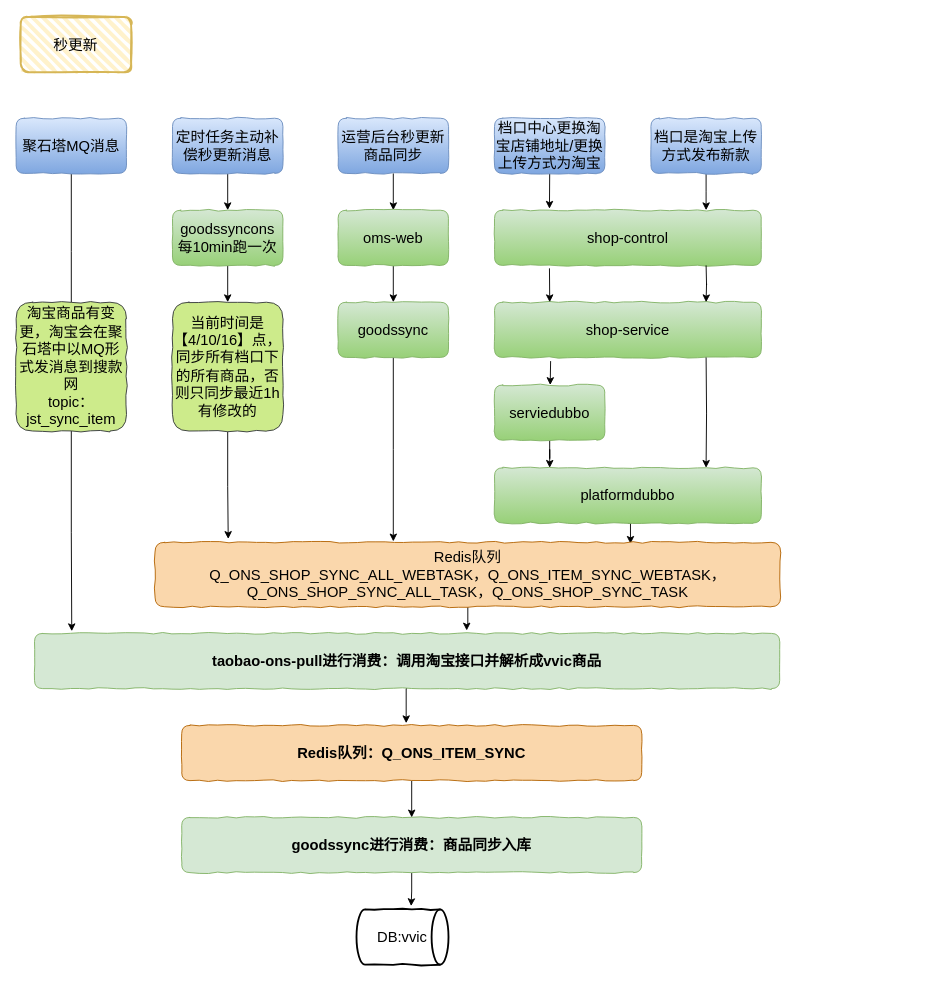
SiobhanZheng/test keeps this draw.io diagram as page "Page-1" (1 of 2) of Untitled Diagram.drawio. Above is the earlier version. Source tidied: cells renumbered, new cells numbered last; positions are measured from the earlier drawing's top-left corner, leaving out a move shared by most shapes. Both pictures are drawn from the tidied source at 92%, with x=0, y=0 at pixel (16, 17).
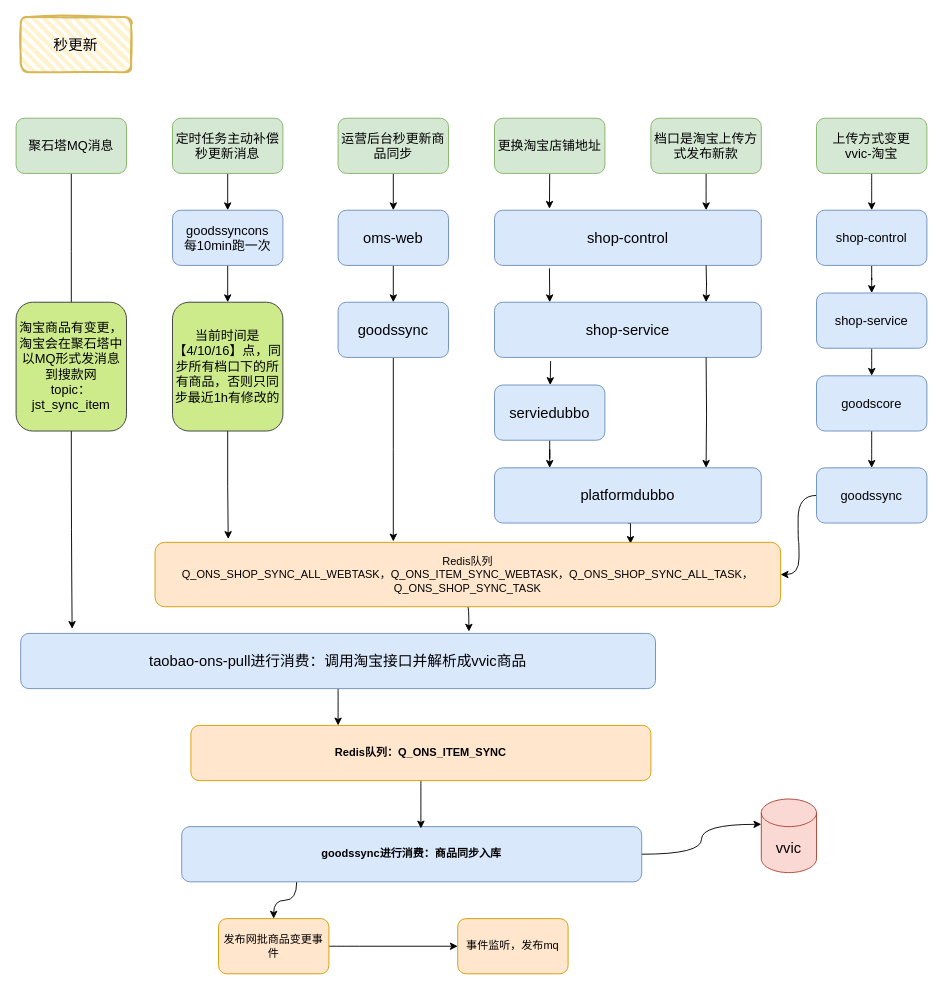
After the change.

Change to the diagram source:
```diff
@@
-    <mxCell id="4" value="聚石塔MQ消息" style="rounded=1;whiteSpace=wrap;html=1;shadow=0;comic=1;sketch=0;fontSize=16;strokeColor=#6c8ebf;fillColor=#dae8fc;gradientColor=#7ea6e0;" parent="1" vertex="1">
+    <mxCell id="4" value="聚石塔MQ消息" style="rounded=1;whiteSpace=wrap;html=1;shadow=0;comic=0;sketch=0;fontSize=14;strokeColor=#82b366;fillColor=#d5e8d4;" parent="1" vertex="1">
       <mxGeometry y="110" width="120" height="60" as="geometry" />
     </mxCell>
@@
-    <mxCell id="6" value="定时任务主动补偿秒更新消息" style="rounded=1;whiteSpace=wrap;html=1;shadow=0;comic=1;sketch=0;fontSize=16;strokeColor=#6c8ebf;fillColor=#dae8fc;gradientColor=#7ea6e0;" parent="1" vertex="1">
+    <mxCell id="6" value="定时任务主动补偿秒更新消息" style="rounded=1;whiteSpace=wrap;html=1;shadow=0;comic=0;sketch=0;fontSize=14;strokeColor=#82b366;fillColor=#d5e8d4;" parent="1" vertex="1">
       <mxGeometry x="170" y="110" width="120" height="60" as="geometry" />
     </mxCell>
@@
-    <mxCell id="8" value="运营后台秒更新商品同步" style="rounded=1;whiteSpace=wrap;html=1;shadow=0;comic=1;sketch=0;fontSize=16;strokeColor=#6c8ebf;fillColor=#dae8fc;gradientColor=#7ea6e0;" parent="1" vertex="1">
+    <mxCell id="8" value="运营后台秒更新商品同步" style="rounded=1;whiteSpace=wrap;html=1;shadow=0;comic=0;sketch=0;fontSize=14;strokeColor=#82b366;fillColor=#d5e8d4;" parent="1" vertex="1">
       <mxGeometry x="350" y="110" width="120" height="60" as="geometry" />
     </mxCell>
@@
-    <mxCell id="10" value="档口中心更换淘宝店铺地址/更换上传方式为淘宝" style="rounded=1;whiteSpace=wrap;html=1;shadow=0;comic=1;sketch=0;fontSize=16;strokeColor=#6c8ebf;fillColor=#dae8fc;gradientColor=#7ea6e0;" parent="1" vertex="1">
+    <mxCell id="10" value="更换淘宝店铺地址" style="rounded=1;whiteSpace=wrap;html=1;shadow=0;comic=0;sketch=0;fontSize=14;strokeColor=#82b366;fillColor=#d5e8d4;" parent="1" vertex="1">
       <mxGeometry x="520" y="110" width="120" height="60" as="geometry" />
     </mxCell>
@@
-    <mxCell id="12" value="档口是淘宝上传方式发布新款" style="rounded=1;whiteSpace=wrap;html=1;shadow=0;comic=1;sketch=0;fontSize=16;strokeColor=#6c8ebf;fillColor=#dae8fc;gradientColor=#7ea6e0;" parent="1" vertex="1">
+    <mxCell id="12" value="档口是淘宝上传方式发布新款" style="rounded=1;whiteSpace=wrap;html=1;shadow=0;comic=0;sketch=0;fontSize=14;strokeColor=#82b366;fillColor=#d5e8d4;" parent="1" vertex="1">
       <mxGeometry x="690" y="110" width="120" height="60" as="geometry" />
     </mxCell>
@@
-    <mxCell id="14" value="goodssyncons&lt;br&gt;每10min跑一次" style="rounded=1;whiteSpace=wrap;html=1;shadow=0;comic=1;sketch=0;fontSize=16;strokeColor=#82b366;fillColor=#d5e8d4;gradientColor=#97d077;" parent="1" vertex="1">
+    <mxCell id="14" value="goodssyncons&lt;br style=&quot;font-size: 14px;&quot;&gt;每10min跑一次" style="rounded=1;whiteSpace=wrap;html=1;shadow=0;comic=0;sketch=0;fontSize=14;strokeColor=#6c8ebf;fillColor=#dae8fc;" parent="1" vertex="1">
       <mxGeometry x="170" y="210" width="120" height="60" as="geometry" />
     </mxCell>
@@
-    <mxCell id="16" value="oms-web" style="rounded=1;whiteSpace=wrap;html=1;shadow=0;comic=1;sketch=0;fontSize=16;strokeColor=#82b366;fillColor=#d5e8d4;gradientColor=#97d077;" parent="1" vertex="1">
+    <mxCell id="16" value="oms-web" style="rounded=1;whiteSpace=wrap;html=1;shadow=0;comic=0;sketch=0;fontSize=16;strokeColor=#6c8ebf;fillColor=#dae8fc;" parent="1" vertex="1">
       <mxGeometry x="350" y="210" width="120" height="60" as="geometry" />
     </mxCell>
@@
-    <mxCell id="18" value="goodssync" style="rounded=1;whiteSpace=wrap;html=1;shadow=0;comic=1;sketch=0;fontSize=16;strokeColor=#82b366;fillColor=#d5e8d4;gradientColor=#97d077;" parent="1" vertex="1">
+    <mxCell id="18" value="goodssync" style="rounded=1;whiteSpace=wrap;html=1;shadow=0;comic=0;sketch=0;fontSize=16;strokeColor=#6c8ebf;fillColor=#dae8fc;" parent="1" vertex="1">
       <mxGeometry x="350" y="310" width="120" height="60" as="geometry" />
     </mxCell>
-    <mxCell id="19" value="shop-control" style="rounded=1;whiteSpace=wrap;html=1;shadow=0;comic=1;sketch=0;fontSize=16;strokeColor=#82b366;fillColor=#d5e8d4;gradientColor=#97d077;" parent="1" vertex="1">
+    <mxCell id="19" value="shop-control" style="rounded=1;whiteSpace=wrap;html=1;shadow=0;comic=0;sketch=0;fontSize=16;strokeColor=#6c8ebf;fillColor=#dae8fc;" parent="1" vertex="1">
       <mxGeometry x="520" y="210" width="290" height="60" as="geometry" />
     </mxCell>
-    <mxCell id="20" value="shop-service" style="rounded=1;whiteSpace=wrap;html=1;shadow=0;comic=1;sketch=0;fontSize=16;strokeColor=#82b366;fillColor=#d5e8d4;gradientColor=#97d077;" parent="1" vertex="1">
+    <mxCell id="20" value="shop-service" style="rounded=1;whiteSpace=wrap;html=1;shadow=0;comic=0;sketch=0;fontSize=16;strokeColor=#6c8ebf;fillColor=#dae8fc;" parent="1" vertex="1">
       <mxGeometry x="520" y="310" width="290" height="60" as="geometry" />
     </mxCell>
@@
-    <mxCell id="22" value="serviedubbo" style="rounded=1;whiteSpace=wrap;html=1;shadow=0;comic=1;sketch=0;fontSize=16;strokeColor=#82b366;fillColor=#d5e8d4;gradientColor=#97d077;" parent="1" vertex="1">
+    <mxCell id="22" value="serviedubbo" style="rounded=1;whiteSpace=wrap;html=1;shadow=0;comic=0;sketch=0;fontSize=16;strokeColor=#6c8ebf;fillColor=#dae8fc;" parent="1" vertex="1">
       <mxGeometry x="520" y="400" width="120" height="60" as="geometry" />
     </mxCell>
@@
-    <mxCell id="24" value="platformdubbo" style="rounded=1;whiteSpace=wrap;html=1;shadow=0;comic=1;sketch=0;fontSize=16;strokeColor=#82b366;fillColor=#d5e8d4;gradientColor=#97d077;" parent="1" vertex="1">
+    <mxCell id="24" value="platformdubbo" style="rounded=1;whiteSpace=wrap;html=1;shadow=0;comic=0;sketch=0;fontSize=16;strokeColor=#6c8ebf;fillColor=#dae8fc;" parent="1" vertex="1">
       <mxGeometry x="520" y="490" width="290" height="60" as="geometry" />
     </mxCell>
@@
-    <mxCell id="27" style="edgeStyle=orthogonalEdgeStyle;rounded=0;jettySize=auto;html=1;exitX=0.5;exitY=1;exitDx=0;exitDy=0;entryX=0.488;entryY=-0.04;entryDx=0;entryDy=0;entryPerimeter=0;fontSize=16;" parent="1" edge="1" source="28" target="34">
+    <mxCell id="27" style="edgeStyle=orthogonalEdgeStyle;curved=1;rounded=0;jettySize=auto;html=1;entryX=0.32;entryY=0;entryDx=0;entryDy=0;entryPerimeter=0;fontSize=12;" parent="1" edge="1" source="28" target="34">
       <mxGeometry relative="1" as="geometry" />
     </mxCell>
-    <mxCell id="28" value="&lt;b&gt;taobao-ons-pull进行消费：调用淘宝接口并解析成vvic商品&lt;/b&gt;" style="rounded=1;whiteSpace=wrap;html=1;shadow=0;comic=1;sketch=0;fontSize=16;strokeColor=#82b366;fillColor=#d5e8d4;" parent="1" vertex="1">
-      <mxGeometry x="20" y="670" width="810" height="60" as="geometry" />
+    <mxCell id="28" value="taobao-ons-pull进行消费：调用淘宝接口并解析成vvic商品" style="rounded=1;whiteSpace=wrap;html=1;shadow=0;comic=0;sketch=0;fontSize=16;strokeColor=#6c8ebf;fillColor=#dae8fc;" parent="1" vertex="1">
+      <mxGeometry x="5" y="670" width="690" height="60" as="geometry" />
     </mxCell>
-    <mxCell id="29" style="edgeStyle=orthogonalEdgeStyle;rounded=0;jettySize=auto;html=1;entryX=0.594;entryY=-0.06;entryDx=0;entryDy=0;entryPerimeter=0;fontSize=16;" parent="1" edge="1" source="30" target="37">
-      <mxGeometry relative="1" as="geometry" />
-    </mxCell>
+    <mxCell id="42" style="edgeStyle=orthogonalEdgeStyle;curved=1;rounded=0;jettySize=auto;html=1;entryX=0;entryY=0;entryDx=0;entryDy=27.5;entryPerimeter=0;" parent="1" edge="1" source="30" target="44">
+      <mxGeometry relative="1" as="geometry" />
+    </mxCell>
+    <mxCell id="43" style="edgeStyle=orthogonalEdgeStyle;curved=1;rounded=0;jettySize=auto;html=1;exitX=0.25;exitY=1;exitDx=0;exitDy=0;entryX=0.5;entryY=0;entryDx=0;entryDy=0;fontSize=16;" parent="1" edge="1" source="30" target="46">
+      <mxGeometry relative="1" as="geometry" />
+    </mxCell>
-    <mxCell id="30" value="&lt;b&gt;goodssync进行消费：商品同步入库&lt;/b&gt;" style="rounded=1;whiteSpace=wrap;html=1;shadow=0;comic=1;sketch=0;fontSize=16;strokeColor=#82b366;fillColor=#d5e8d4;" parent="1" vertex="1">
-      <mxGeometry x="180" y="870" width="500" height="60" as="geometry" />
+    <mxCell id="30" value="&lt;b style=&quot;font-size: 12px;&quot;&gt;goodssync进行消费：商品同步入库&lt;/b&gt;" style="rounded=1;whiteSpace=wrap;html=1;shadow=0;comic=0;sketch=0;fontSize=12;strokeColor=#6c8ebf;fillColor=#dae8fc;" parent="1" vertex="1">
+      <mxGeometry x="180" y="880" width="500" height="60" as="geometry" />
     </mxCell>
-    <mxCell id="31" style="edgeStyle=orthogonalEdgeStyle;rounded=0;jettySize=auto;html=1;entryX=0.58;entryY=-0.053;entryDx=0;entryDy=0;entryPerimeter=0;fontSize=16;" parent="1" edge="1" source="32" target="28">
+    <mxCell id="31" style="edgeStyle=orthogonalEdgeStyle;curved=1;rounded=0;jettySize=auto;html=1;exitX=0.5;exitY=1;exitDx=0;exitDy=0;entryX=0.706;entryY=-0.033;entryDx=0;entryDy=0;entryPerimeter=0;fontSize=12;" parent="1" edge="1" source="32" target="28">
       <mxGeometry relative="1" as="geometry" />
     </mxCell>
-    <mxCell id="32" value="Redis队列&lt;br&gt;Q_ONS_SHOP_SYNC_ALL_WEBTASK，Q_ONS_ITEM_SYNC_WEBTASK，Q_ONS_SHOP_SYNC_ALL_TASK，Q_ONS_SHOP_SYNC_TASK" style="rounded=1;whiteSpace=wrap;html=1;shadow=0;comic=1;sketch=0;fontSize=16;strokeColor=#b46504;fillColor=#fad7ac;" parent="1" vertex="1">
+    <mxCell id="32" value="Redis队列&lt;br style=&quot;font-size: 12px;&quot;&gt;Q_ONS_SHOP_SYNC_ALL_WEBTASK，Q_ONS_ITEM_SYNC_WEBTASK，Q_ONS_SHOP_SYNC_ALL_TASK，Q_ONS_SHOP_SYNC_TASK" style="rounded=1;whiteSpace=wrap;html=1;shadow=0;comic=0;sketch=0;fontSize=12;strokeColor=#d79b00;fillColor=#ffe6cc;" parent="1" vertex="1">
       <mxGeometry x="151" y="571" width="680" height="70" as="geometry" />
     </mxCell>
-    <mxCell id="33" style="edgeStyle=orthogonalEdgeStyle;rounded=0;jettySize=auto;html=1;entryX=0.5;entryY=0;entryDx=0;entryDy=0;fontSize=16;" parent="1" edge="1" source="34" target="30">
+    <mxCell id="33" style="edgeStyle=orthogonalEdgeStyle;curved=1;rounded=0;jettySize=auto;html=1;fontSize=12;entryX=0.52;entryY=0.033;entryDx=0;entryDy=0;entryPerimeter=0;" parent="1" edge="1" source="34" target="30">
       <mxGeometry relative="1" as="geometry" />
     </mxCell>
-    <mxCell id="34" value="&lt;b&gt;Redis队列：Q_ONS_ITEM_SYNC&lt;/b&gt;" style="rounded=1;whiteSpace=wrap;html=1;shadow=0;comic=1;sketch=0;fontSize=16;strokeColor=#b46504;fillColor=#fad7ac;" parent="1" vertex="1">
-      <mxGeometry x="180" y="770" width="500" height="60" as="geometry" />
+    <mxCell id="34" value="&lt;b style=&quot;font-size: 12px;&quot;&gt;Redis队列：Q_ONS_ITEM_SYNC&lt;/b&gt;" style="rounded=1;whiteSpace=wrap;html=1;shadow=0;comic=0;sketch=0;fontSize=12;strokeColor=#d79b00;fillColor=#ffe6cc;" parent="1" vertex="1">
+      <mxGeometry x="190" y="770" width="500" height="60" as="geometry" />
     </mxCell>
@@
-    <mxCell id="36" value="当前时间是【4/10/16】点，同步所有档口下的所有商品，否则只同步最近1h有修改的" style="rounded=1;whiteSpace=wrap;html=1;shadow=0;comic=1;sketch=0;fontSize=16;strokeColor=#36393d;fillColor=#cdeb8b;" parent="1" vertex="1">
+    <mxCell id="36" value="当前时间是【4/10/16】点，同步所有档口下的所有商品，否则只同步最近1h有修改的" style="rounded=1;whiteSpace=wrap;html=1;shadow=0;comic=0;sketch=0;fontSize=14;strokeColor=#36393d;fillColor=#cdeb8b;" parent="1" vertex="1">
       <mxGeometry x="170" y="310" width="120" height="140" as="geometry" />
     </mxCell>
-    <mxCell id="37" value="DB:vvic" style="strokeWidth=2;html=1;shape=mxgraph.flowchart.direct_data;whiteSpace=wrap;rounded=0;shadow=0;comic=1;sketch=0;fontSize=16;fillColor=none;gradientColor=none;" parent="1" vertex="1">
-      <mxGeometry x="370" y="970" width="100" height="60" as="geometry" />
-    </mxCell>
-    <mxCell id="38" style="edgeStyle=orthogonalEdgeStyle;rounded=0;jettySize=auto;html=1;entryX=0.05;entryY=-0.04;entryDx=0;entryDy=0;entryPerimeter=0;fontSize=16;" parent="1" edge="1" source="39" target="28">
+    <mxCell id="38" style="edgeStyle=orthogonalEdgeStyle;curved=1;rounded=0;jettySize=auto;html=1;entryX=0.081;entryY=-0.083;entryDx=0;entryDy=0;entryPerimeter=0;fontSize=12;" parent="1" edge="1" source="39" target="28">
       <mxGeometry relative="1" as="geometry" />
     </mxCell>
-    <mxCell id="39" value="&lt;div&gt;淘宝商品有变更，淘宝会在聚石塔中以MQ形式发消息到搜款网&lt;/div&gt;&lt;div&gt;topic：jst_sync_item&lt;/div&gt;" style="rounded=1;whiteSpace=wrap;html=1;shadow=0;comic=1;sketch=0;fontSize=16;strokeColor=#36393d;fillColor=#cdeb8b;" parent="1" vertex="1">
+    <mxCell id="39" value="&lt;div style=&quot;font-size: 14px;&quot;&gt;淘宝商品有变更，淘宝会在聚石塔中以MQ形式发消息到搜款网&lt;/div&gt;&lt;div style=&quot;font-size: 14px;&quot;&gt;topic：jst_sync_item&lt;/div&gt;" style="rounded=1;whiteSpace=wrap;html=1;shadow=0;comic=0;sketch=0;fontSize=14;strokeColor=#36393d;fillColor=#cdeb8b;" parent="1" vertex="1">
       <mxGeometry y="310" width="120" height="140" as="geometry" />
     </mxCell>
@@
+    <mxCell id="44" value="&lt;font style=&quot;font-size: 16px&quot;&gt;vvic&lt;/font&gt;" style="shape=cylinder3;whiteSpace=wrap;html=1;boundedLbl=1;backgroundOutline=1;size=15;comic=0;fillColor=#fad9d5;strokeColor=#ae4132;" parent="1" vertex="1">
+      <mxGeometry x="810" y="850" width="60" height="80" as="geometry" />
+    </mxCell>
+    <mxCell id="45" style="edgeStyle=orthogonalEdgeStyle;curved=1;rounded=0;jettySize=auto;html=1;entryX=0;entryY=0.5;entryDx=0;entryDy=0;fontSize=16;" parent="1" edge="1" source="46" target="47">
+      <mxGeometry relative="1" as="geometry" />
+    </mxCell>
+    <mxCell id="46" value="发布网批商品变更事件" style="rounded=1;whiteSpace=wrap;html=1;comic=0;fontSize=12;fillColor=#ffe6cc;strokeColor=#d79b00;" parent="1" vertex="1">
+      <mxGeometry x="220" y="980" width="120" height="60" as="geometry" />
+    </mxCell>
+    <mxCell id="47" value="事件监听，发布mq" style="rounded=1;whiteSpace=wrap;html=1;comic=0;fillColor=#ffe6cc;strokeColor=#d79b00;" parent="1" vertex="1">
+      <mxGeometry x="480" y="980" width="120" height="60" as="geometry" />
+    </mxCell>
+    <mxCell id="48" style="edgeStyle=orthogonalEdgeStyle;curved=1;rounded=0;jettySize=auto;html=1;entryX=0.5;entryY=0;entryDx=0;entryDy=0;fontSize=14;" parent="1" edge="1" source="49" target="51">
+      <mxGeometry relative="1" as="geometry" />
+    </mxCell>
+    <mxCell id="49" value="上传方式变更&lt;br style=&quot;font-size: 14px;&quot;&gt;vvic-淘宝" style="rounded=1;whiteSpace=wrap;html=1;comic=0;fontSize=14;fillColor=#d5e8d4;strokeColor=#82b366;" parent="1" vertex="1">
+      <mxGeometry x="870" y="110" width="120" height="60" as="geometry" />
+    </mxCell>
+    <mxCell id="50" style="edgeStyle=orthogonalEdgeStyle;curved=1;rounded=0;jettySize=auto;html=1;entryX=0.5;entryY=0;entryDx=0;entryDy=0;fontSize=14;" parent="1" edge="1" source="51" target="53">
+      <mxGeometry relative="1" as="geometry" />
+    </mxCell>
+    <mxCell id="51" value="shop-control" style="rounded=1;whiteSpace=wrap;html=1;comic=0;fontSize=14;fillColor=#dae8fc;strokeColor=#6c8ebf;" parent="1" vertex="1">
+      <mxGeometry x="870" y="210" width="120" height="60" as="geometry" />
+    </mxCell>
+    <mxCell id="52" style="edgeStyle=orthogonalEdgeStyle;curved=1;rounded=0;jettySize=auto;html=1;exitX=0.5;exitY=1;exitDx=0;exitDy=0;entryX=0.5;entryY=0;entryDx=0;entryDy=0;fontSize=14;" parent="1" edge="1" source="53" target="55">
+      <mxGeometry relative="1" as="geometry" />
+    </mxCell>
+    <mxCell id="53" value="shop-service" style="rounded=1;whiteSpace=wrap;html=1;comic=0;fontSize=14;fillColor=#dae8fc;strokeColor=#6c8ebf;" parent="1" vertex="1">
+      <mxGeometry x="870" y="300" width="120" height="60" as="geometry" />
+    </mxCell>
+    <mxCell id="54" style="edgeStyle=orthogonalEdgeStyle;curved=1;rounded=0;jettySize=auto;html=1;entryX=0.5;entryY=0;entryDx=0;entryDy=0;fontSize=14;" parent="1" edge="1" source="55" target="57">
+      <mxGeometry relative="1" as="geometry" />
+    </mxCell>
+    <mxCell id="55" value="goodscore" style="rounded=1;whiteSpace=wrap;html=1;comic=0;fontSize=14;fillColor=#dae8fc;strokeColor=#6c8ebf;" parent="1" vertex="1">
+      <mxGeometry x="870" y="390" width="120" height="60" as="geometry" />
+    </mxCell>
+    <mxCell id="56" style="edgeStyle=orthogonalEdgeStyle;curved=1;rounded=0;jettySize=auto;html=1;entryX=1;entryY=0.5;entryDx=0;entryDy=0;fontSize=14;" parent="1" edge="1" source="57" target="32">
+      <mxGeometry relative="1" as="geometry" />
+    </mxCell>
+    <mxCell id="57" value="goodssync" style="rounded=1;whiteSpace=wrap;html=1;comic=0;fontSize=14;fillColor=#dae8fc;strokeColor=#6c8ebf;" parent="1" vertex="1">
+      <mxGeometry x="870" y="490" width="120" height="60" as="geometry" />
+    </mxCell>
```
